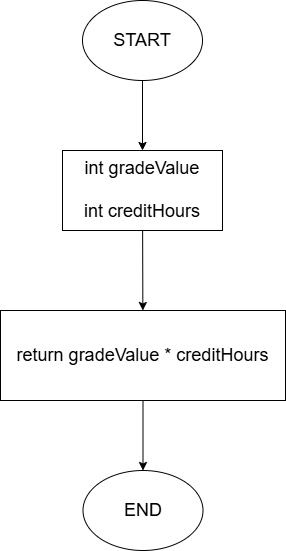
Gideon-Gyebi/devcore-gpa-calc keeps this draw.io diagram as docs/solutions/gpcalc_flowchart.drawio.png. Above is the earlier version. Source tidied: cells renumbered, new cells last; positions are measured from the earlier drawing's top-left corner, leaving out a move shared by most shapes.
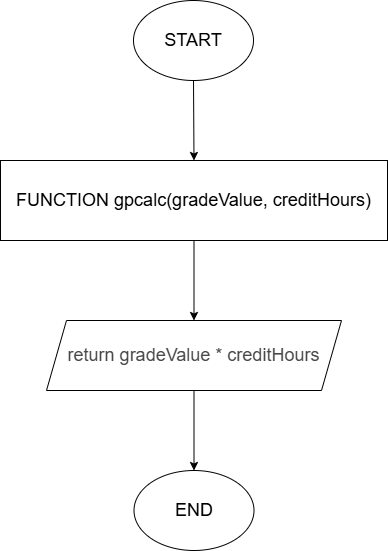
After the change.

Commit message:
Update GP calculation flowchart in gpcalc_flowchart.drawio.png

What changed in the source:
```diff
@@ -8,20 +8,20 @@
     <mxCell id="3" value="&lt;font style=&quot;font-size: 18px;&quot;&gt;START&lt;/font&gt;" style="ellipse;whiteSpace=wrap;html=1;" parent="1" vertex="1">
       <mxGeometry x="82" width="120" height="80" as="geometry" />
     </mxCell>
-    <mxCell id="4" style="edgeStyle=none;html=1;" parent="1" edge="1" source="5" target="7">
-      <mxGeometry relative="1" as="geometry" />
-    </mxCell>
+    <mxCell id="9" style="edgeStyle=none;html=1;" parent="1" edge="1" source="5" target="6">
+      <mxGeometry relative="1" as="geometry" />
+    </mxCell>
-    <mxCell id="5" value="&lt;span style=&quot;font-size: 18px;&quot;&gt;int gradeValue&lt;/span&gt;&lt;div&gt;&lt;span style=&quot;font-size: 18px;&quot;&gt;&lt;br&gt;&lt;/span&gt;&lt;/div&gt;&lt;div&gt;&lt;span style=&quot;font-size: 18px;&quot;&gt;int creditHours&lt;/span&gt;&lt;/div&gt;" style="rounded=0;whiteSpace=wrap;html=1;" parent="1" vertex="1">
-      <mxGeometry x="62" y="150" width="160" height="80" as="geometry" />
+    <mxCell id="5" value="&lt;font style=&quot;font-size: 18px;&quot;&gt;FUNCTION gpcalc(gradeValue, creditHours)&lt;/font&gt;" style="rounded=0;whiteSpace=wrap;html=1;" parent="1" vertex="1">
+      <mxGeometry x="-51" y="160" width="387" height="80" as="geometry" />
     </mxCell>
+    <mxCell id="8" value="&lt;font style=&quot;font-size: 18px;&quot;&gt;END&lt;/font&gt;" style="ellipse;whiteSpace=wrap;html=1;" parent="1" vertex="1">
+      <mxGeometry x="82.5" y="470" width="120" height="80" as="geometry" />
+    </mxCell>
+    <mxCell id="10" style="edgeStyle=none;html=1;" parent="1" edge="1" source="6" target="8">
+      <mxGeometry relative="1" as="geometry" />
+    </mxCell>
-    <mxCell id="6" style="edgeStyle=none;html=1;" parent="1" edge="1" source="7" target="8">
-      <mxGeometry relative="1" as="geometry" />
+    <mxCell id="6" value="&lt;font color=&quot;#484848&quot;&gt;&lt;span style=&quot;font-size: 18px;&quot;&gt;return gradeValue * creditHours&lt;/span&gt;&lt;/font&gt;" style="shape=parallelogram;perimeter=parallelogramPerimeter;whiteSpace=wrap;html=1;fixedSize=1;" parent="1" vertex="1">
+      <mxGeometry x="-5" y="320" width="295" height="70" as="geometry" />
     </mxCell>
-    <mxCell id="7" value="&lt;font style=&quot;font-size: 18px;&quot;&gt;return gradeValue * creditHours&lt;/font&gt;" style="whiteSpace=wrap;html=1;rounded=0;" parent="1" vertex="1">
-      <mxGeometry y="310" width="285" height="90" as="geometry" />
-    </mxCell>
-    <mxCell id="8" value="&lt;font style=&quot;font-size: 18px;&quot;&gt;END&lt;/font&gt;" style="ellipse;whiteSpace=wrap;html=1;" parent="1" vertex="1">
-      <mxGeometry x="82.5" y="470" width="120" height="80" as="geometry" />
-    </mxCell>
   </root>
 </mxGraphModel>
```
